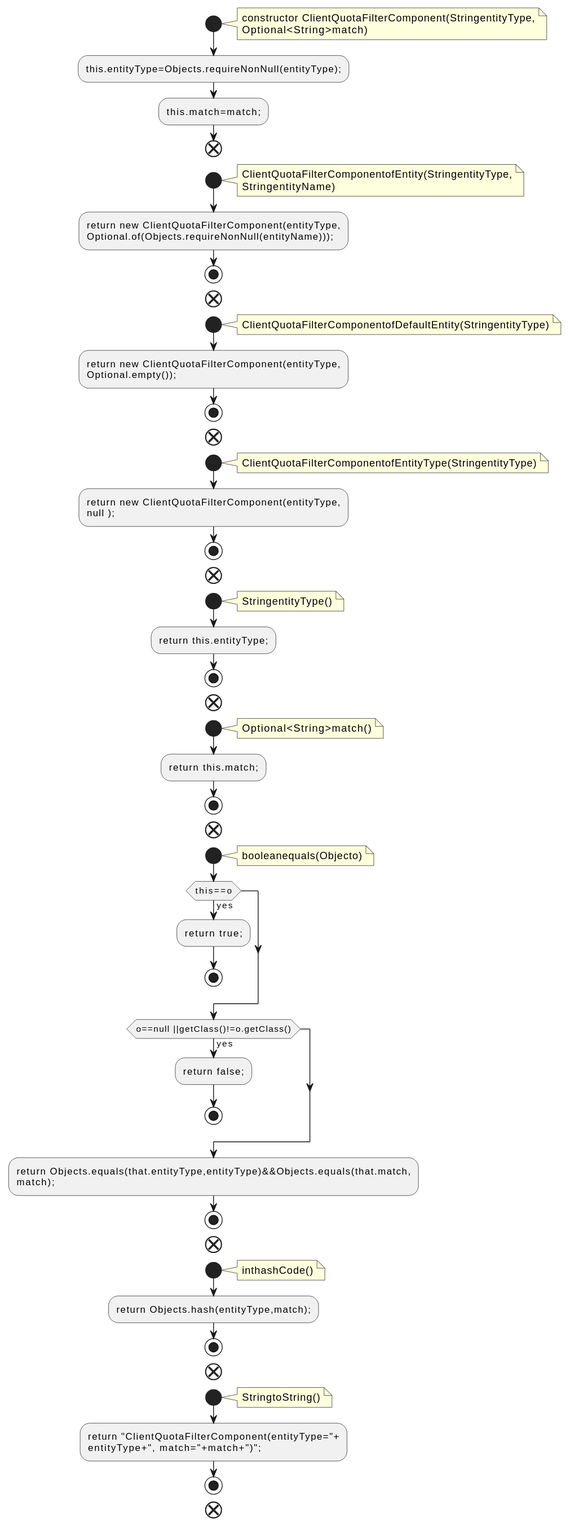
The PlantUML diagram docs/qc/clients/src/main/java/org/apache/kafka/common/quota/ClientQuotaFilterComponent.java.fct.svg in qualitesys/kafka, before a commit.
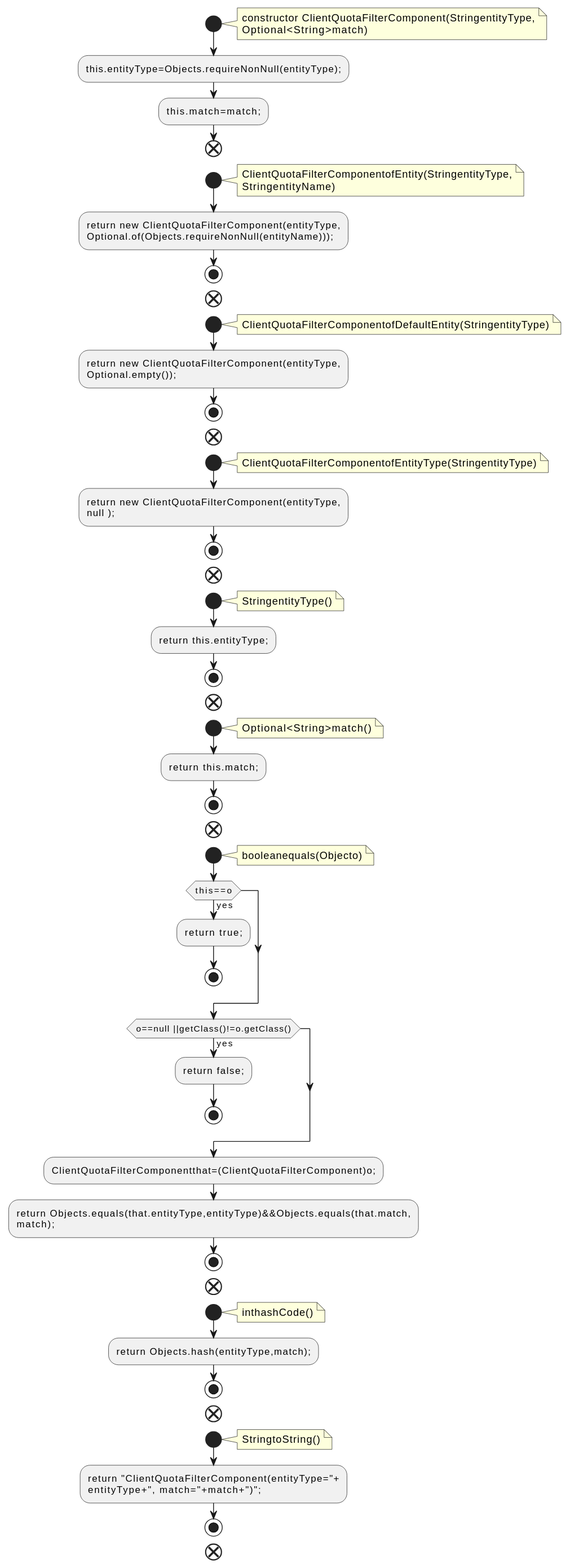
After the change.

What changed in the source:
```diff
@@ -59,6 +59,7 @@
 :return false;;
 stop
 endif
+:ClientQuotaFilterComponentthat=(ClientQuotaFilterComponent)o;;
 :return Objects.equals(that.entityType,entityType)&&Objects.equals(that.match,
 match);;
 stop
```
